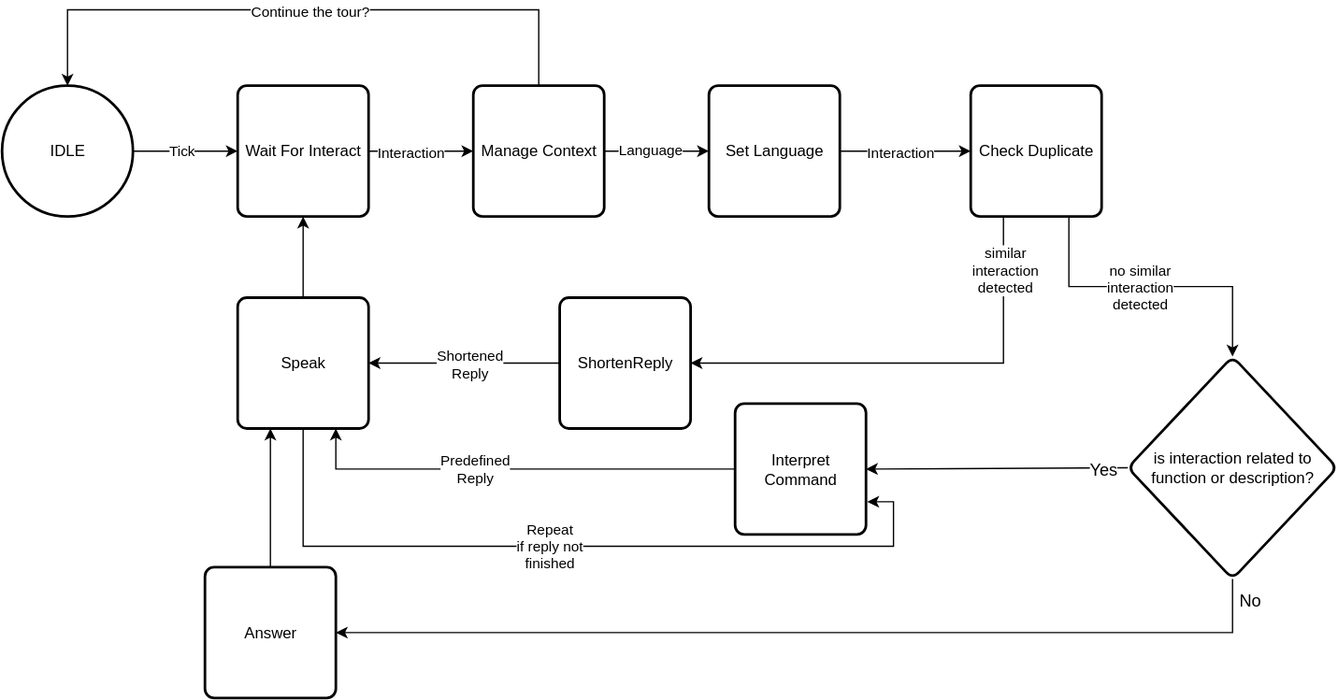
convince-project/UC3 keeps this draw.io diagram as src/skills/dialog_skill/images/Dialog_pipeline.drawio.svg. Above is the earlier version. Source tidied: cells renumbered, new cells last; positions are measured from the earlier drawing's top-left corner, leaving out a move shared by most shapes.
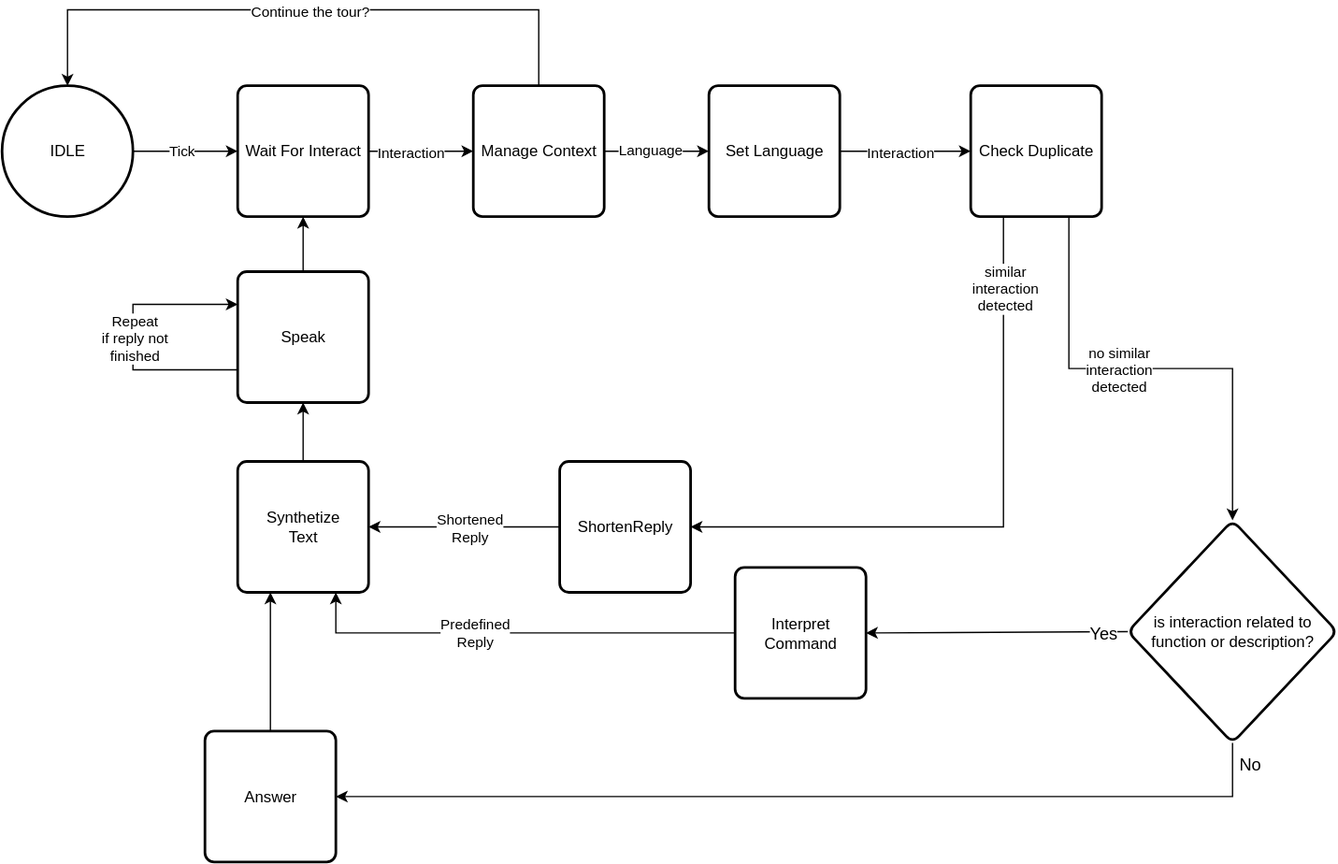
Above is the later version.

Change to the diagram source:
```diff
@@ -25,7 +25,7 @@
     <mxCell id="8" style="edgeStyle=orthogonalEdgeStyle;rounded=0;jettySize=auto;html=1;entryX=1;entryY=0.5;entryDx=0;entryDy=0;exitX=0.5;exitY=1;exitDx=0;exitDy=0;" parent="1" edge="1" source="29" target="16">
       <mxGeometry relative="1" as="geometry">
         <Array as="points">
-          <mxPoint x="940" y="476" />
+          <mxPoint x="940" y="601" />
         </Array>
       </mxGeometry>
     </mxCell>
@@ -37,7 +37,7 @@
     <mxCell id="10" style="edgeStyle=orthogonalEdgeStyle;rounded=0;jettySize=auto;html=1;entryX=1;entryY=0.5;entryDx=0;entryDy=0;exitX=0.25;exitY=1;exitDx=0;exitDy=0;" parent="1" edge="1" source="14" target="15">
       <mxGeometry relative="1" as="geometry">
         <Array as="points">
-          <mxPoint x="765" y="270" />
+          <mxPoint x="765" y="395" />
         </Array>
       </mxGeometry>
     </mxCell>
@@ -56,10 +56,10 @@
       <mxGeometry x="740" y="58" width="100" height="100" as="geometry" />
     </mxCell>
     <mxCell id="15" value="ShortenReply" style="rounded=1;whiteSpace=wrap;html=1;absoluteArcSize=1;arcSize=14;strokeWidth=2;" parent="1" vertex="1">
-      <mxGeometry x="426" y="220" width="100" height="100" as="geometry" />
+      <mxGeometry x="426" y="345" width="100" height="100" as="geometry" />
     </mxCell>
     <mxCell id="16" value="Answer" style="rounded=1;whiteSpace=wrap;html=1;absoluteArcSize=1;arcSize=14;strokeWidth=2;" parent="1" vertex="1">
-      <mxGeometry x="155" y="426" width="100" height="100" as="geometry" />
+      <mxGeometry x="155" y="551" width="100" height="100" as="geometry" />
     </mxCell>
     <mxCell id="17" style="edgeStyle=orthogonalEdgeStyle;rounded=0;jettySize=auto;html=1;entryX=1;entryY=0.5;entryDx=0;entryDy=0;exitX=0;exitY=0.5;exitDx=0;exitDy=0;" parent="1" edge="1" source="15" target="37">
       <mxGeometry relative="1" as="geometry" />
@@ -69,9 +69,6 @@
         <mxPoint x="-13" y="2" as="offset" />
       </mxGeometry>
     </mxCell>
-    <mxCell id="19" style="edgeStyle=orthogonalEdgeStyle;rounded=0;jettySize=auto;html=1;entryX=0.5;entryY=1;entryDx=0;entryDy=0;" parent="1" edge="1" source="37" target="7">
-      <mxGeometry relative="1" as="geometry" />
-    </mxCell>
     <mxCell id="20" style="edgeStyle=orthogonalEdgeStyle;rounded=0;jettySize=auto;html=1;exitX=1;exitY=0.5;exitDx=0;exitDy=0;" parent="1" edge="1" source="7" target="23">
       <mxGeometry relative="1" as="geometry" />
     </mxCell>
@@ -107,12 +104,12 @@
       <mxGeometry x="540" y="58" width="100" height="100" as="geometry" />
     </mxCell>
     <mxCell id="29" value="is interaction related to function or description?" style="rhombus;whiteSpace=wrap;html=1;rounded=1;absoluteArcSize=1;arcSize=14;strokeWidth=2;" parent="1" vertex="1">
-      <mxGeometry x="860" y="265" width="160" height="170" as="geometry" />
+      <mxGeometry x="860" y="390" width="160" height="170" as="geometry" />
     </mxCell>
     <mxCell id="30" style="edgeStyle=orthogonalEdgeStyle;rounded=0;jettySize=auto;html=1;exitX=0;exitY=0.5;exitDx=0;exitDy=0;entryX=1;entryY=0.5;entryDx=0;entryDy=0;" parent="1" edge="1" source="29" target="33">
       <mxGeometry relative="1" as="geometry">
         <Array as="points">
-          <mxPoint x="860" y="350" />
+          <mxPoint x="860" y="475" />
         </Array>
       </mxGeometry>
     </mxCell>
@@ -127,28 +124,35 @@
       </mxGeometry>
     </mxCell>
     <mxCell id="33" value="&lt;div&gt;Interpret&lt;/div&gt;&lt;div&gt;Command&lt;/div&gt;" style="rounded=1;whiteSpace=wrap;html=1;absoluteArcSize=1;arcSize=14;strokeWidth=2;" parent="1" vertex="1">
-      <mxGeometry x="560" y="301" width="100" height="100" as="geometry" />
+      <mxGeometry x="560" y="426" width="100" height="100" as="geometry" />
     </mxCell>
     <mxCell id="34" style="edgeStyle=orthogonalEdgeStyle;rounded=0;jettySize=auto;html=1;entryX=0.25;entryY=1;entryDx=0;entryDy=0;" parent="1" edge="1" source="16" target="37">
       <mxGeometry relative="1" as="geometry" />
     </mxCell>
-    <mxCell id="35" style="edgeStyle=orthogonalEdgeStyle;rounded=0;orthogonalLoop=1;jettySize=auto;html=1;exitX=0.5;exitY=1;exitDx=0;exitDy=0;entryX=1;entryY=0.75;entryDx=0;entryDy=0;" parent="1" edge="1">
+    <mxCell id="35" style="edgeStyle=orthogonalEdgeStyle;rounded=0;orthogonalLoop=1;jettySize=auto;html=1;exitX=0;exitY=0.75;exitDx=0;exitDy=0;entryX=0;entryY=0.25;entryDx=0;entryDy=0;" parent="1" edge="1" source="40" target="40">
       <mxGeometry relative="1" as="geometry">
-        <mxPoint x="231" y="320" as="sourcePoint" />
-        <mxPoint x="661" y="376" as="targetPoint" />
         <Array as="points">
-          <mxPoint x="230" y="320" />
-          <mxPoint x="230" y="410" />
-          <mxPoint x="681" y="410" />
-          <mxPoint x="681" y="376" />
+          <mxPoint x="100" y="275" />
+          <mxPoint x="100" y="225" />
         </Array>
       </mxGeometry>
     </mxCell>
     <mxCell id="36" value="Repeat&lt;br&gt;&lt;div&gt;if reply not&lt;/div&gt;&lt;div&gt;finished&lt;/div&gt;" style="edgeLabel;html=1;align=center;verticalAlign=middle;" parent="35" vertex="1">
-      <mxGeometry x="-0.07" y="1" relative="1" as="geometry" />
+      <mxGeometry x="-0.07" y="1" relative="1" as="geometry">
+        <mxPoint x="1" y="-7" as="offset" />
+      </mxGeometry>
     </mxCell>
+    <mxCell id="38" style="edgeStyle=orthogonalEdgeStyle;rounded=0;jettySize=auto;html=1;" parent="1" edge="1" source="37" target="40">
+      <mxGeometry relative="1" as="geometry" />
+    </mxCell>
-    <mxCell id="37" value="Speak" style="rounded=1;whiteSpace=wrap;html=1;absoluteArcSize=1;arcSize=14;strokeWidth=2;" parent="1" vertex="1">
-      <mxGeometry x="180" y="220" width="100" height="100" as="geometry" />
+    <mxCell id="37" value="&lt;div&gt;Synthetize&lt;/div&gt;&lt;div&gt;Text&lt;/div&gt;" style="rounded=1;whiteSpace=wrap;html=1;absoluteArcSize=1;arcSize=14;strokeWidth=2;" parent="1" vertex="1">
+      <mxGeometry x="180" y="345" width="100" height="100" as="geometry" />
     </mxCell>
+    <mxCell id="39" style="edgeStyle=orthogonalEdgeStyle;rounded=0;jettySize=auto;html=1;" parent="1" edge="1" source="40" target="7">
+      <mxGeometry relative="1" as="geometry" />
+    </mxCell>
+    <mxCell id="40" value="Speak" style="rounded=1;whiteSpace=wrap;html=1;absoluteArcSize=1;arcSize=14;strokeWidth=2;" parent="1" vertex="1">
+      <mxGeometry x="180" y="200" width="100" height="100" as="geometry" />
+    </mxCell>
   </root>
 </mxGraphModel>
```
